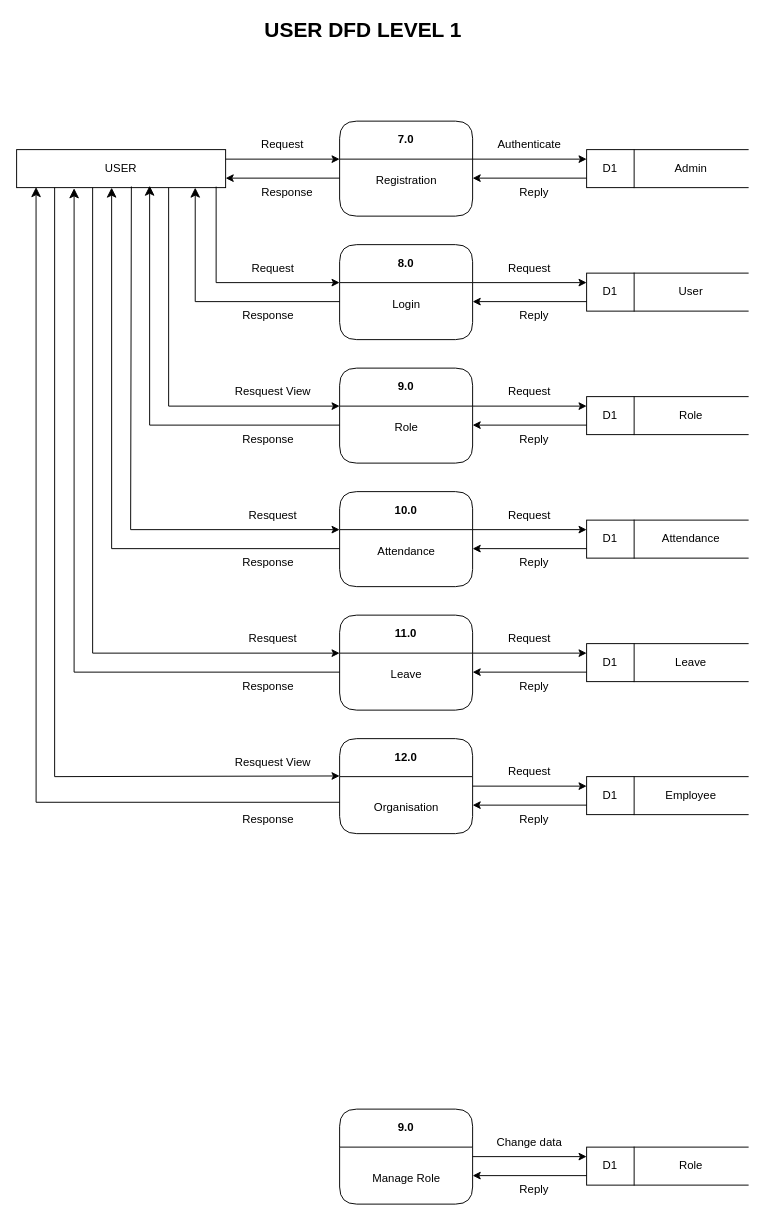
The draw.io diagram Documentation/dfd2.drawio in Vishal-Patar/TimeHarmony, before the edit. Source tidied: cells renumbered, new cells numbered last; positions are measured from the earlier drawing's top-left corner, leaving out a move shared by most shapes. Both pictures are drawn from the tidied source at 95%, with x=0, y=0 at pixel (16, 16).
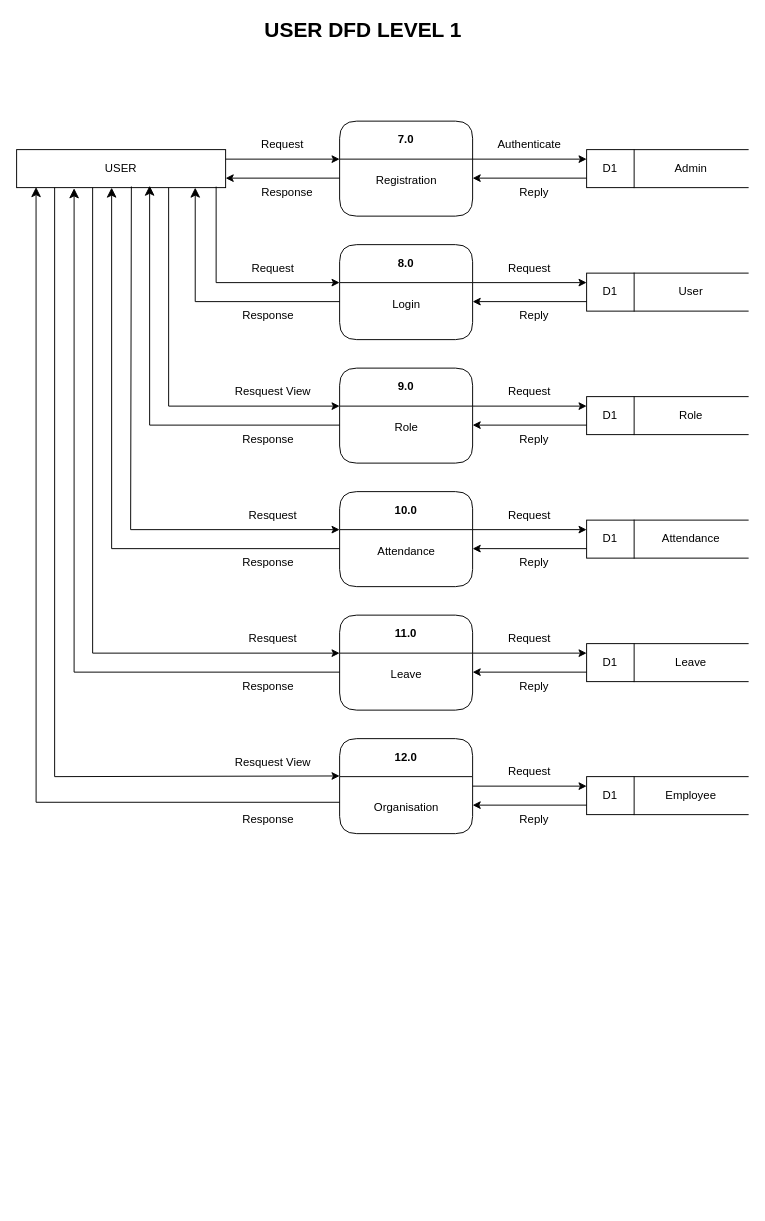
The same diagram, later.

The edit, as a diff of the source:
```diff
@@
-    <mxCell id="55" value="Role" style="shape=partialRectangle;whiteSpace=wrap;html=1;left=0;right=0;fillColor=none;" parent="1" vertex="1">
-      <mxGeometry x="650" y="1190" width="120" height="40" as="geometry" />
-    </mxCell>
-    <mxCell id="56" value="D1" style="rounded=0;whiteSpace=wrap;html=1;" parent="1" vertex="1">
-      <mxGeometry x="600" y="1190" width="50" height="40" as="geometry" />
-    </mxCell>
-    <mxCell id="57" value="9.0" style="swimlane;whiteSpace=wrap;html=1;rounded=1;startSize=40;" parent="1" vertex="1">
-      <mxGeometry x="340" y="1150" width="140" height="100" as="geometry" />
-    </mxCell>
-    <mxCell id="58" value="Manage Role" style="text;html=1;align=center;verticalAlign=middle;strokeColor=none;fillColor=none;" parent="1" vertex="1">
-      <mxGeometry x="365" y="1208" width="90" height="30" as="geometry" />
-    </mxCell>
-    <mxCell id="59" style="endArrow=classic;html=1;rounded=0;entryX=0;entryY=0.25;entryDx=0;entryDy=0;" parent="1" edge="1" target="56">
-      <mxGeometry relative="1" as="geometry">
-        <mxPoint x="480" y="1200" as="sourcePoint" />
-      </mxGeometry>
-    </mxCell>
-    <mxCell id="60" style="endArrow=classic;html=1;rounded=0;" parent="1" edge="1">
-      <mxGeometry relative="1" as="geometry">
-        <mxPoint x="600" y="1220" as="sourcePoint" />
-        <mxPoint x="480" y="1220" as="targetPoint" />
-      </mxGeometry>
-    </mxCell>
-    <mxCell id="61" value="Change data" style="text;html=1;align=center;verticalAlign=middle;whiteSpace=wrap;rounded=0;" parent="1" vertex="1">
-      <mxGeometry x="500" y="1170" width="80" height="30" as="geometry" />
-    </mxCell>
-    <mxCell id="62" value="Reply" style="text;html=1;align=center;verticalAlign=middle;whiteSpace=wrap;rounded=0;" parent="1" vertex="1">
-      <mxGeometry x="510" y="1220" width="70" height="30" as="geometry" />
-    </mxCell>
```
